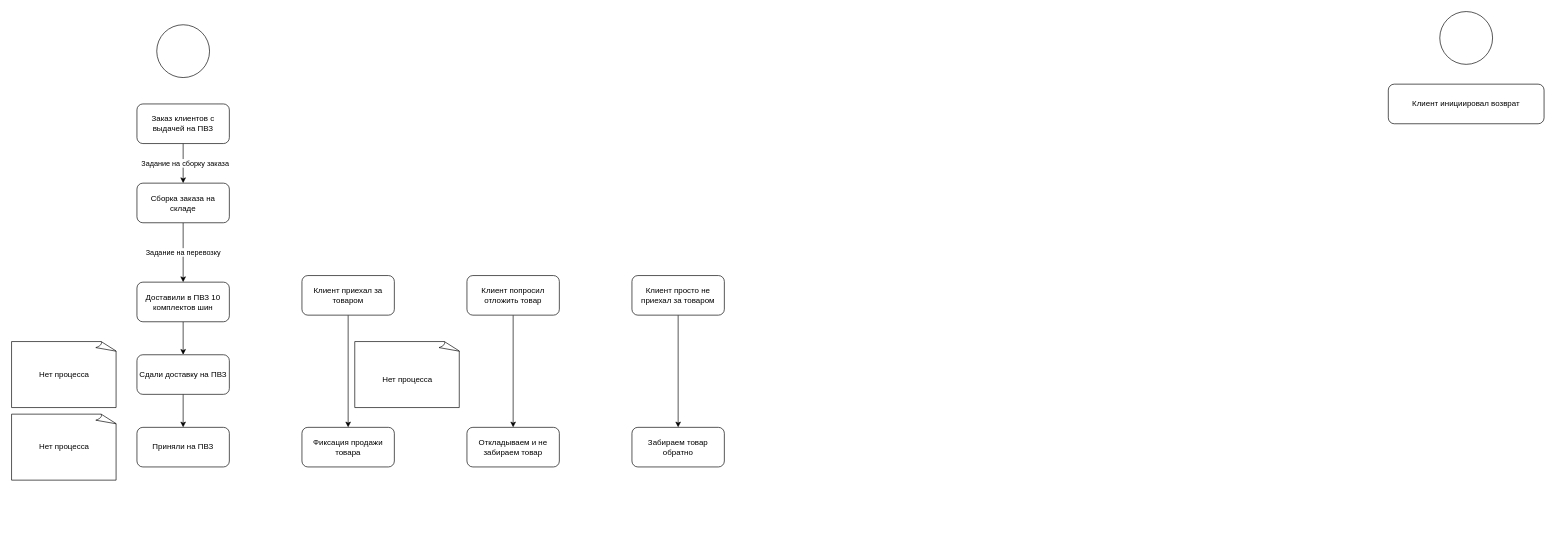
Earlier version of the draw.io diagram Возврат товара из ПВЗ.drawio (iLimberg/BlackTyres). Source tidied: cells renumbered, new cells numbered last; positions are measured from the earlier drawing's top-left corner, leaving out a move shared by most shapes. Both pictures are drawn from the tidied source at 66%, with x=0, y=0 at pixel (11, 11).
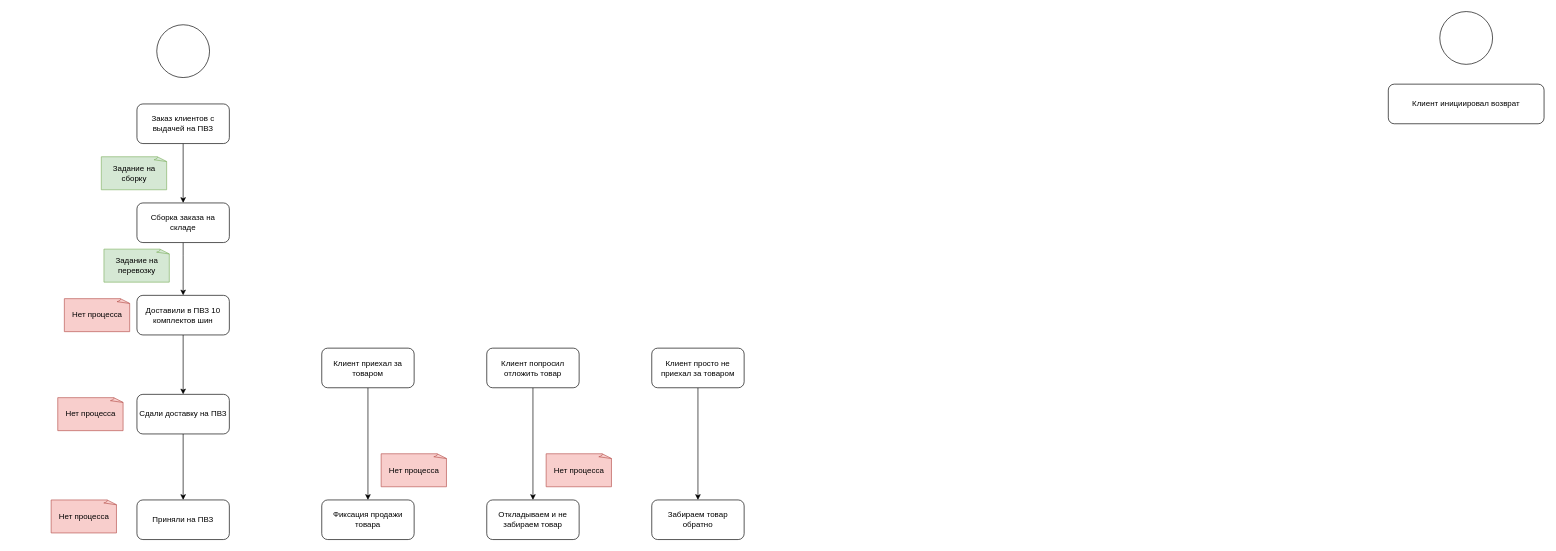
After the change.

Unchanged cells that the change refers to:
```xml
<mxCell id="7" style="edgeStyle=orthogonalEdgeStyle;rounded=0;jettySize=auto;html=1;" parent="1" edge="1" source="9" target="11">
  <mxGeometry relative="1" as="geometry" />
</mxCell>
```

Change to the diagram source:
```diff
@@
     <mxCell id="6" value="Доставили в ПВЗ 10 комплектов шин" style="rounded=1;whiteSpace=wrap;html=1;" parent="1" vertex="1">
-      <mxGeometry x="190" y="410" width="140" height="60" as="geometry" />
+      <mxGeometry x="190" y="430" width="140" height="60" as="geometry" />
     </mxCell>
@@
-    <mxCell id="8" value="Задание на сборку заказа" style="edgeLabel;html=1;align=center;verticalAlign=middle;" parent="7" vertex="1">
-      <mxGeometry x="-0.03" y="2" relative="1" as="geometry" />
-    </mxCell>
@@
-    <mxCell id="10" value="Задание на перевозку" style="edgeStyle=orthogonalEdgeStyle;rounded=0;jettySize=auto;html=1;" parent="1" edge="1" source="11" target="6">
+    <mxCell id="10" style="edgeStyle=orthogonalEdgeStyle;rounded=0;jettySize=auto;html=1;" parent="1" edge="1" source="11" target="6">
       <mxGeometry relative="1" as="geometry">
         <Array as="points">
           <mxPoint x="260" y="370" />
           <mxPoint x="260" y="370" />
         </Array>
       </mxGeometry>
     </mxCell>
     <mxCell id="11" value="Сборка заказа на складе" style="rounded=1;whiteSpace=wrap;html=1;" parent="1" vertex="1">
-      <mxGeometry x="190" y="260" width="140" height="60" as="geometry" />
+      <mxGeometry x="190" y="290" width="140" height="60" as="geometry" />
     </mxCell>
     <mxCell id="12" value="Приняли на ПВЗ" style="rounded=1;whiteSpace=wrap;html=1;" parent="1" vertex="1">
-      <mxGeometry x="190" y="630" width="140" height="60" as="geometry" />
+      <mxGeometry x="190" y="740" width="140" height="60" as="geometry" />
     </mxCell>
-    <mxCell id="13" value="Нет процесса" style="whiteSpace=wrap;html=1;shape=mxgraph.basic.document;" parent="1" vertex="1">
-      <mxGeometry y="610" width="160" height="100" as="geometry" />
+    <mxCell id="13" value="Нет процесса" style="whiteSpace=wrap;html=1;shape=mxgraph.basic.document;fillColor=#f8cecc;strokeColor=#b85450;" parent="1" vertex="1">
+      <mxGeometry x="60" y="740" width="100" height="50" as="geometry" />
     </mxCell>
@@
     <mxCell id="15" value="Сдали доставку на ПВЗ" style="rounded=1;whiteSpace=wrap;html=1;" parent="1" vertex="1">
-      <mxGeometry x="190" y="520" width="140" height="60" as="geometry" />
+      <mxGeometry x="190" y="580" width="140" height="60" as="geometry" />
     </mxCell>
-    <mxCell id="16" value="Нет процесса" style="whiteSpace=wrap;html=1;shape=mxgraph.basic.document;" parent="1" vertex="1">
-      <mxGeometry y="500" width="160" height="100" as="geometry" />
+    <mxCell id="16" value="Нет процесса" style="whiteSpace=wrap;html=1;shape=mxgraph.basic.document;fillColor=#f8cecc;strokeColor=#b85450;" parent="1" vertex="1">
+      <mxGeometry x="70" y="585" width="100" height="50" as="geometry" />
     </mxCell>
     <mxCell id="17" value="Фиксация продажи товара" style="rounded=1;whiteSpace=wrap;html=1;" parent="1" vertex="1">
-      <mxGeometry x="440" y="630" width="140" height="60" as="geometry" />
+      <mxGeometry x="470" y="740" width="140" height="60" as="geometry" />
     </mxCell>
-    <mxCell id="18" value="&lt;div&gt;&lt;br&gt;&lt;/div&gt;Нет процесса" style="whiteSpace=wrap;html=1;shape=mxgraph.basic.document;" parent="1" vertex="1">
-      <mxGeometry x="520" y="500" width="160" height="100" as="geometry" />
-    </mxCell>
@@
     <mxCell id="20" value="Клиент приехал за товаром" style="rounded=1;whiteSpace=wrap;html=1;" parent="1" vertex="1">
-      <mxGeometry x="440" y="400" width="140" height="60" as="geometry" />
+      <mxGeometry x="470" y="510" width="140" height="60" as="geometry" />
     </mxCell>
@@
     <mxCell id="22" value="Клиент попросил отложить товар" style="rounded=1;whiteSpace=wrap;html=1;" parent="1" vertex="1">
-      <mxGeometry x="690" y="400" width="140" height="60" as="geometry" />
+      <mxGeometry x="720" y="510" width="140" height="60" as="geometry" />
     </mxCell>
@@
     <mxCell id="24" value="Клиент просто не приехал за товаром" style="rounded=1;whiteSpace=wrap;html=1;" parent="1" vertex="1">
-      <mxGeometry x="940" y="400" width="140" height="60" as="geometry" />
+      <mxGeometry x="970" y="510" width="140" height="60" as="geometry" />
     </mxCell>
     <mxCell id="25" value="Забираем товар обратно" style="rounded=1;whiteSpace=wrap;html=1;" parent="1" vertex="1">
-      <mxGeometry x="940" y="630" width="140" height="60" as="geometry" />
+      <mxGeometry x="970" y="740" width="140" height="60" as="geometry" />
     </mxCell>
     <mxCell id="26" value="Откладываем и не забираем товар" style="rounded=1;whiteSpace=wrap;html=1;" parent="1" vertex="1">
-      <mxGeometry x="690" y="630" width="140" height="60" as="geometry" />
+      <mxGeometry x="720" y="740" width="140" height="60" as="geometry" />
     </mxCell>
+    <mxCell id="27" value="Задание на сборку" style="whiteSpace=wrap;html=1;shape=mxgraph.basic.document;fillColor=#d5e8d4;strokeColor=#82b366;" parent="1" vertex="1">
+      <mxGeometry x="136" y="220" width="100" height="50" as="geometry" />
+    </mxCell>
+    <mxCell id="28" value="Задание на перевозку" style="whiteSpace=wrap;html=1;shape=mxgraph.basic.document;fillColor=#d5e8d4;strokeColor=#82b366;" parent="1" vertex="1">
+      <mxGeometry x="140" y="360" width="100" height="50" as="geometry" />
+    </mxCell>
+    <mxCell id="29" value="Нет процесса" style="whiteSpace=wrap;html=1;shape=mxgraph.basic.document;fillColor=#f8cecc;strokeColor=#b85450;" parent="1" vertex="1">
+      <mxGeometry x="80" y="435" width="100" height="50" as="geometry" />
+    </mxCell>
+    <mxCell id="30" value="Нет процесса" style="whiteSpace=wrap;html=1;shape=mxgraph.basic.document;fillColor=#f8cecc;strokeColor=#b85450;" parent="1" vertex="1">
+      <mxGeometry x="560" y="670" width="100" height="50" as="geometry" />
+    </mxCell>
+    <mxCell id="31" value="Нет процесса" style="whiteSpace=wrap;html=1;shape=mxgraph.basic.document;fillColor=#f8cecc;strokeColor=#b85450;" parent="1" vertex="1">
+      <mxGeometry x="810" y="670" width="100" height="50" as="geometry" />
+    </mxCell>
```
